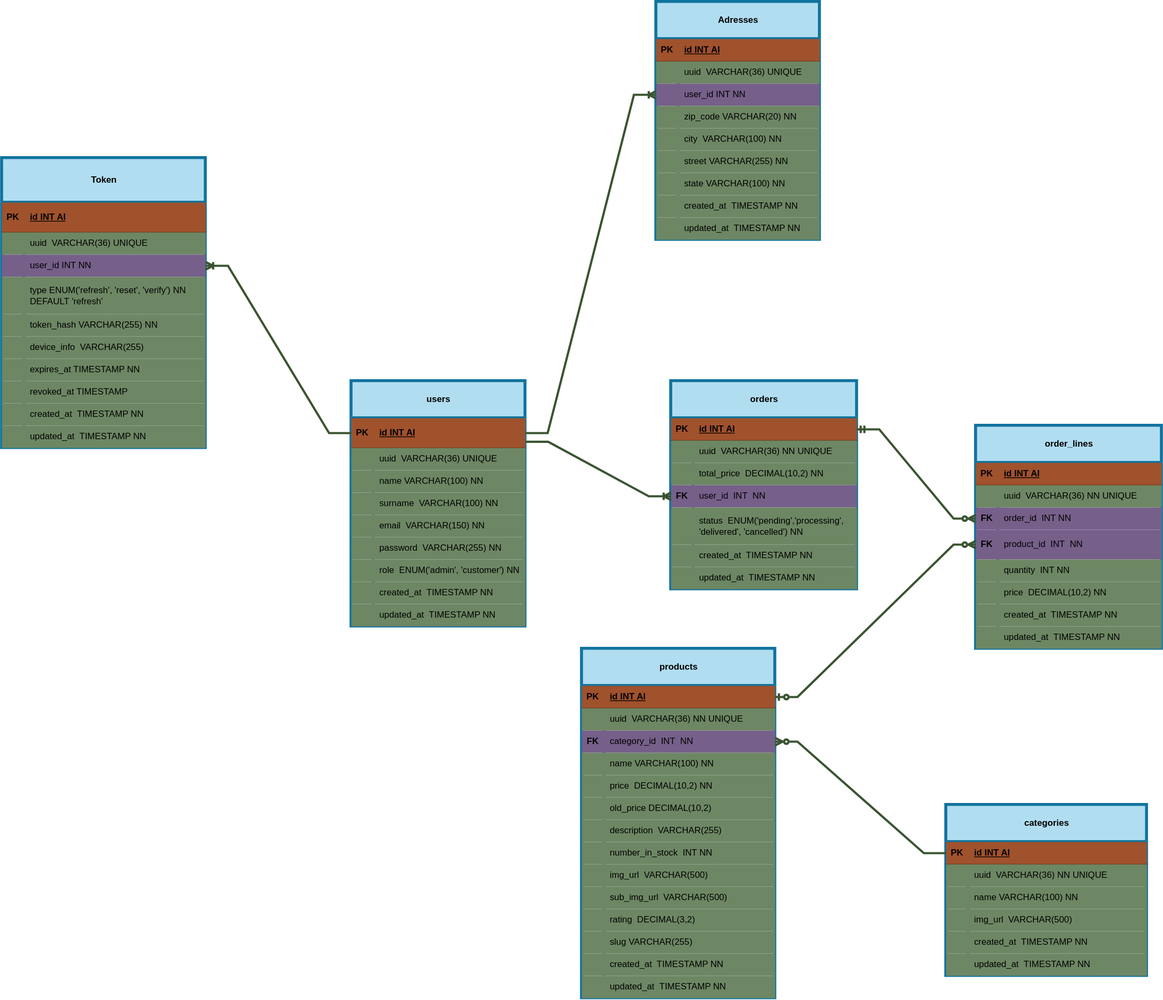
This is docs/Fashion Store-Database Schema V1.0.drawio.svg from Wahab-Al/Fashion-API, a draw.io export, as it was before one commit. Source tidied: cells renumbered, new cells last; positions are measured from the earlier drawing's top-left corner, leaving out a move shared by most shapes.
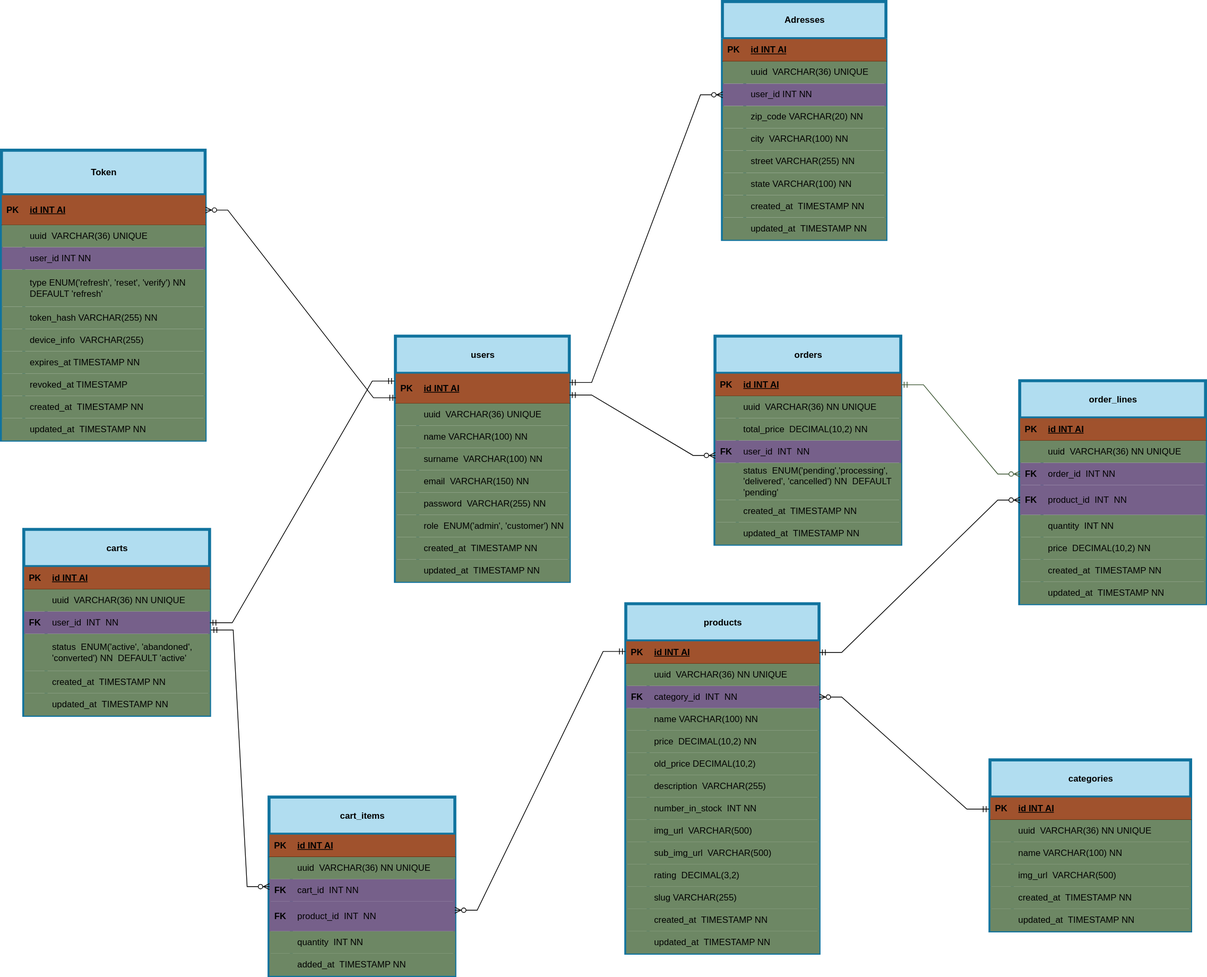
Above is the later version.

Change to the diagram source:
```diff
@@ -317,7 +317,7 @@
     <mxCell id="106" style="shape=partialRectangle;fillColor=none;top=0;left=0;bottom=0;right=0;overflow=hidden;whiteSpace=wrap;html=1;" parent="105" vertex="1">
       <mxGeometry width="30" height="50" as="geometry" />
     </mxCell>
-    <mxCell id="107" value="status&amp;nbsp; ENUM('pending','processing', 'delivered', 'cancelled') NN" style="shape=partialRectangle;fillColor=none;top=0;left=0;bottom=0;right=0;align=left;spacingLeft=6;overflow=hidden;whiteSpace=wrap;html=1;" parent="105" vertex="1">
+    <mxCell id="107" value="status&amp;nbsp; ENUM('pending','processing', 'delivered', 'cancelled') NN&amp;nbsp; DEFAULT 'pending'" style="shape=partialRectangle;fillColor=none;top=0;left=0;bottom=0;right=0;align=left;spacingLeft=6;overflow=hidden;whiteSpace=wrap;html=1;" parent="105" vertex="1">
       <mxGeometry x="30" width="220" height="50" as="geometry" />
     </mxCell>
     <mxCell id="108" style="shape=tableRow;horizontal=0;startSize=0;swimlaneHead=0;swimlaneBody=0;fillColor=#6d8764;top=0;left=0;right=0;bottom=0;fontColor=#ffffff;strokeColor=#3A5431;" parent="92" vertex="1">
@@ -413,11 +413,11 @@
     <mxCell id="138" value="updated_at&amp;nbsp;&amp;nbsp;TIMESTAMP NN" style="shape=partialRectangle;fillColor=none;top=0;left=0;bottom=0;right=0;align=left;spacingLeft=6;overflow=hidden;whiteSpace=wrap;html=1;" parent="136" vertex="1">
       <mxGeometry x="30" width="220" height="30" as="geometry" />
     </mxCell>
-    <mxCell id="139" style="edgeStyle=entityRelationEdgeStyle;fontSize=12;html=1;endArrow=ERzeroToMany;startArrow=ERmandOne;rounded=0;exitX=1;exitY=0.5;exitDx=0;exitDy=0;entryX=0;entryY=0.5;entryDx=0;entryDy=0;fillColor=#6d8764;strokeColor=#3A5431;strokeWidth=3;" parent="1" edge="1" source="93" target="121">
+    <mxCell id="139" style="edgeStyle=entityRelationEdgeStyle;fontSize=12;html=1;endArrow=ERzeroToMany;startArrow=ERmandOne;rounded=0;exitX=1;exitY=0.5;exitDx=0;exitDy=0;entryX=0;entryY=0.5;entryDx=0;entryDy=0;fillColor=#6d8764;strokeColor=light-dark(#3A5431, #ffffff);strokeWidth=1;" parent="1" edge="1" source="93" target="121">
       <mxGeometry relative="1" as="geometry" />
     </mxCell>
     <mxCell id="140" value="Adresses" style="shape=table;startSize=50;rowLines=0;fontStyle=1;align=center;html=1;fillColor=#b1ddf0;strokeColor=#10739e;strokeWidth=4;" parent="1" vertex="1">
-      <mxGeometry x="880" width="220" height="320" as="geometry" />
+      <mxGeometry x="910" y="60" width="220" height="320" as="geometry" />
     </mxCell>
     <mxCell id="141" style="shape=tableRow;horizontal=0;startSize=0;swimlaneHead=0;swimlaneBody=0;fillColor=#a0522d;top=0;left=0;right=0;bottom=1;fontColor=#ffffff;strokeColor=#6D1F00;" parent="140" vertex="1">
       <mxGeometry y="50" width="220" height="30" as="geometry" />
@@ -500,20 +500,8 @@
     <mxCell id="167" value="updated_at&amp;nbsp;&amp;nbsp;TIMESTAMP NN" style="shape=partialRectangle;fillColor=none;top=0;left=0;bottom=0;right=0;align=left;spacingLeft=6;overflow=hidden;whiteSpace=wrap;html=1;" parent="165" vertex="1">
       <mxGeometry x="30" width="190" height="30" as="geometry" />
     </mxCell>
-    <mxCell id="168" style="edgeStyle=entityRelationEdgeStyle;fontSize=12;html=1;endArrow=ERoneToMany;rounded=0;exitX=1;exitY=0.5;exitDx=0;exitDy=0;entryX=0;entryY=0.5;entryDx=0;entryDy=0;fillColor=#6d8764;strokeColor=#3A5431;strokeWidth=3;" parent="1" edge="1" source="3" target="147">
-      <mxGeometry relative="1" as="geometry" />
-    </mxCell>
-    <mxCell id="169" style="edgeStyle=entityRelationEdgeStyle;fontSize=12;html=1;endArrow=ERoneToMany;rounded=0;exitX=1.003;exitY=0.791;exitDx=0;exitDy=0;entryX=0;entryY=0.5;entryDx=0;entryDy=0;exitPerimeter=0;fillColor=#6d8764;strokeColor=#3A5431;strokeWidth=3;" parent="1" edge="1" source="3" target="102">
-      <mxGeometry relative="1" as="geometry" />
-    </mxCell>
-    <mxCell id="170" style="edgeStyle=entityRelationEdgeStyle;fontSize=12;html=1;endArrow=ERzeroToMany;endFill=1;rounded=0;entryX=1;entryY=0.5;entryDx=0;entryDy=0;exitX=0;exitY=0.5;exitDx=0;exitDy=0;fillColor=#6d8764;strokeColor=#3A5431;strokeWidth=3;" parent="1" edge="1" source="74" target="37">
-      <mxGeometry relative="1" as="geometry" />
-    </mxCell>
-    <mxCell id="171" style="edgeStyle=entityRelationEdgeStyle;fontSize=12;html=1;endArrow=ERzeroToMany;startArrow=ERzeroToOne;rounded=0;entryX=0;entryY=0.5;entryDx=0;entryDy=0;exitX=1;exitY=0.5;exitDx=0;exitDy=0;fillColor=#6d8764;strokeColor=#3A5431;strokeWidth=3;" parent="1" edge="1" source="31" target="124">
-      <mxGeometry relative="1" as="geometry" />
-    </mxCell>
     <mxCell id="172" value="Token" style="shape=table;startSize=60;rowLines=0;fontStyle=1;align=center;html=1;fillColor=#b1ddf0;strokeColor=#10739e;strokeWidth=4;" parent="1" vertex="1">
-      <mxGeometry y="210" width="274" height="390" as="geometry" />
+      <mxGeometry x="-60" y="260" width="274" height="390" as="geometry" />
     </mxCell>
     <mxCell id="173" style="shape=tableRow;horizontal=0;startSize=0;swimlaneHead=0;swimlaneBody=0;fillColor=#a0522d;points=[[0,0.5],[1,0.5]];portConstraint=eastwest;top=0;left=0;right=0;bottom=1;fontColor=#ffffff;strokeColor=#6D1F00;" parent="172" vertex="1">
       <mxGeometry y="60" width="274" height="40" as="geometry" />
@@ -605,8 +593,145 @@
     <mxCell id="202" value="updated_at&amp;nbsp;&amp;nbsp;TIMESTAMP NN" style="shape=partialRectangle;fillColor=none;top=0;left=0;bottom=0;right=0;align=left;spacingLeft=6;overflow=hidden;whiteSpace=wrap;html=1;" parent="200" vertex="1">
       <mxGeometry x="30" width="244" height="30" as="geometry" />
     </mxCell>
-    <mxCell id="203" style="edgeStyle=entityRelationEdgeStyle;fontSize=12;html=1;endArrow=ERoneToMany;rounded=0;entryX=1;entryY=0.5;entryDx=0;entryDy=0;fillColor=#6d8764;strokeColor=#3A5431;strokeWidth=3;" parent="1" edge="1" source="3" target="179">
-      <mxGeometry relative="1" as="geometry" />
-    </mxCell>
+    <mxCell id="204" value="cart_items" style="shape=table;startSize=50;rowLines=0;fontStyle=1;align=center;html=1;fillColor=#b1ddf0;strokeColor=#10739e;strokeWidth=4;" parent="1" vertex="1">
+      <mxGeometry x="300" y="1130" width="250" height="240" as="geometry" />
+    </mxCell>
+    <mxCell id="205" style="shape=tableRow;horizontal=0;startSize=0;swimlaneHead=0;swimlaneBody=0;fillColor=#a0522d;top=0;left=0;right=0;bottom=1;strokeColor=#6D1F00;fontColor=#ffffff;" parent="204" vertex="1">
+      <mxGeometry y="50" width="250" height="30" as="geometry" />
+    </mxCell>
+    <mxCell id="206" value="PK" style="shape=partialRectangle;fillColor=none;top=0;left=0;bottom=0;right=0;fontStyle=1;overflow=hidden;whiteSpace=wrap;html=1;" parent="205" vertex="1">
+      <mxGeometry width="30" height="30" as="geometry" />
+    </mxCell>
+    <mxCell id="207" value="id INT AI" style="shape=partialRectangle;fillColor=none;top=0;left=0;bottom=0;right=0;align=left;spacingLeft=6;fontStyle=5;overflow=hidden;whiteSpace=wrap;html=1;" parent="205" vertex="1">
+      <mxGeometry x="30" width="220" height="30" as="geometry" />
+    </mxCell>
+    <mxCell id="208" style="shape=tableRow;horizontal=0;startSize=0;swimlaneHead=0;swimlaneBody=0;fillColor=#6d8764;top=0;left=0;right=0;bottom=0;fontColor=#ffffff;strokeColor=#3A5431;" parent="204" vertex="1">
+      <mxGeometry y="80" width="250" height="30" as="geometry" />
+    </mxCell>
+    <mxCell id="209" style="shape=partialRectangle;fillColor=none;top=0;left=0;bottom=0;right=0;overflow=hidden;whiteSpace=wrap;html=1;" parent="208" vertex="1">
+      <mxGeometry width="30" height="30" as="geometry" />
+    </mxCell>
+    <mxCell id="210" value="uuid&amp;nbsp; VARCHAR(36) NN&amp;nbsp;UNIQUE" style="shape=partialRectangle;fillColor=none;top=0;left=0;bottom=0;right=0;align=left;spacingLeft=6;overflow=hidden;whiteSpace=wrap;html=1;" parent="208" vertex="1">
+      <mxGeometry x="30" width="220" height="30" as="geometry" />
+    </mxCell>
+    <mxCell id="211" style="shape=tableRow;horizontal=0;startSize=0;swimlaneHead=0;swimlaneBody=0;fillColor=#76608a;points=[[0,0.5],[1,0.5]];portConstraint=eastwest;top=0;left=0;right=0;bottom=0;fontColor=#ffffff;strokeColor=#432D57;" parent="204" vertex="1">
+      <mxGeometry y="110" width="250" height="30" as="geometry" />
+    </mxCell>
+    <mxCell id="212" value="&lt;b&gt;FK&lt;/b&gt;" style="shape=partialRectangle;fillColor=none;top=0;left=0;bottom=0;right=0;overflow=hidden;whiteSpace=wrap;html=1;" parent="211" vertex="1">
+      <mxGeometry width="30" height="30" as="geometry" />
+    </mxCell>
+    <mxCell id="213" value="cart_id&amp;nbsp; INT NN" style="shape=partialRectangle;fillColor=none;top=0;left=0;bottom=0;right=0;align=left;spacingLeft=6;overflow=hidden;whiteSpace=wrap;html=1;" parent="211" vertex="1">
+      <mxGeometry x="30" width="220" height="30" as="geometry" />
+    </mxCell>
+    <mxCell id="214" style="shape=tableRow;horizontal=0;startSize=0;swimlaneHead=0;swimlaneBody=0;fillColor=#76608a;points=[[0,0.5],[1,0.5]];portConstraint=eastwest;top=0;left=0;right=0;bottom=0;fontColor=#ffffff;strokeColor=#432D57;" parent="204" vertex="1">
+      <mxGeometry y="140" width="250" height="40" as="geometry" />
+    </mxCell>
+    <mxCell id="215" value="&lt;b&gt;FK&lt;/b&gt;" style="shape=partialRectangle;fillColor=none;top=0;left=0;bottom=0;right=0;overflow=hidden;whiteSpace=wrap;html=1;" parent="214" vertex="1">
+      <mxGeometry width="30" height="40" as="geometry" />
+    </mxCell>
+    <mxCell id="216" value="product_id&amp;nbsp; INT&amp;nbsp; NN" style="shape=partialRectangle;fillColor=none;top=0;left=0;bottom=0;right=0;align=left;spacingLeft=6;overflow=hidden;whiteSpace=wrap;html=1;" parent="214" vertex="1">
+      <mxGeometry x="30" width="220" height="40" as="geometry" />
+    </mxCell>
+    <mxCell id="217" style="shape=tableRow;horizontal=0;startSize=0;swimlaneHead=0;swimlaneBody=0;fillColor=#6d8764;top=0;left=0;right=0;bottom=0;fontColor=#ffffff;strokeColor=#3A5431;" parent="204" vertex="1">
+      <mxGeometry y="180" width="250" height="30" as="geometry" />
+    </mxCell>
+    <mxCell id="218" style="shape=partialRectangle;fillColor=none;top=0;left=0;bottom=0;right=0;overflow=hidden;whiteSpace=wrap;html=1;" parent="217" vertex="1">
+      <mxGeometry width="30" height="30" as="geometry" />
+    </mxCell>
+    <mxCell id="219" value="quantity&amp;nbsp; INT NN" style="shape=partialRectangle;fillColor=none;top=0;left=0;bottom=0;right=0;align=left;spacingLeft=6;overflow=hidden;whiteSpace=wrap;html=1;" parent="217" vertex="1">
+      <mxGeometry x="30" width="220" height="30" as="geometry" />
+    </mxCell>
+    <mxCell id="220" style="shape=tableRow;horizontal=0;startSize=0;swimlaneHead=0;swimlaneBody=0;fillColor=#6d8764;top=0;left=0;right=0;bottom=0;fontColor=#ffffff;strokeColor=#3A5431;" parent="204" vertex="1">
+      <mxGeometry y="210" width="250" height="30" as="geometry" />
+    </mxCell>
+    <mxCell id="221" style="shape=partialRectangle;fillColor=none;top=0;left=0;bottom=0;right=0;overflow=hidden;whiteSpace=wrap;html=1;" parent="220" vertex="1">
+      <mxGeometry width="30" height="30" as="geometry" />
+    </mxCell>
+    <mxCell id="222" value="added_at&amp;nbsp; TIMESTAMP NN" style="shape=partialRectangle;fillColor=none;top=0;left=0;bottom=0;right=0;align=left;spacingLeft=6;overflow=hidden;whiteSpace=wrap;html=1;" parent="220" vertex="1">
+      <mxGeometry x="30" width="220" height="30" as="geometry" />
+    </mxCell>
+    <mxCell id="223" value="carts" style="shape=table;startSize=50;rowLines=0;fontStyle=1;align=center;html=1;fillColor=#b1ddf0;strokeColor=#10739e;strokeWidth=4;" parent="1" vertex="1">
+      <mxGeometry x="-30" y="770" width="250" height="250" as="geometry" />
+    </mxCell>
+    <mxCell id="224" style="shape=tableRow;horizontal=0;startSize=0;swimlaneHead=0;swimlaneBody=0;fillColor=#a0522d;top=0;left=0;right=0;bottom=1;fontColor=#ffffff;strokeColor=#6D1F00;" parent="223" vertex="1">
+      <mxGeometry y="50" width="250" height="30" as="geometry" />
+    </mxCell>
+    <mxCell id="225" value="PK" style="shape=partialRectangle;fillColor=none;top=0;left=0;bottom=0;right=0;fontStyle=1;overflow=hidden;whiteSpace=wrap;html=1;" parent="224" vertex="1">
+      <mxGeometry width="30" height="30" as="geometry" />
+    </mxCell>
+    <mxCell id="226" value="id INT AI" style="shape=partialRectangle;fillColor=none;top=0;left=0;bottom=0;right=0;align=left;spacingLeft=6;fontStyle=5;overflow=hidden;whiteSpace=wrap;html=1;" parent="224" vertex="1">
+      <mxGeometry x="30" width="220" height="30" as="geometry" />
+    </mxCell>
+    <mxCell id="227" style="shape=tableRow;horizontal=0;startSize=0;swimlaneHead=0;swimlaneBody=0;fillColor=#6d8764;top=0;left=0;right=0;bottom=0;fontColor=#ffffff;strokeColor=#3A5431;" parent="223" vertex="1">
+      <mxGeometry y="80" width="250" height="30" as="geometry" />
+    </mxCell>
+    <mxCell id="228" style="shape=partialRectangle;fillColor=none;top=0;left=0;bottom=0;right=0;overflow=hidden;whiteSpace=wrap;html=1;" parent="227" vertex="1">
+      <mxGeometry width="30" height="30" as="geometry" />
+    </mxCell>
+    <mxCell id="229" value="uuid&amp;nbsp; VARCHAR(36) NN&amp;nbsp;UNIQUE" style="shape=partialRectangle;fillColor=none;top=0;left=0;bottom=0;right=0;align=left;spacingLeft=6;overflow=hidden;whiteSpace=wrap;html=1;" parent="227" vertex="1">
+      <mxGeometry x="30" width="220" height="30" as="geometry" />
+    </mxCell>
+    <mxCell id="230" style="shape=tableRow;horizontal=0;startSize=0;swimlaneHead=0;swimlaneBody=0;fillColor=#76608a;points=[[0,0.5],[1,0.5]];portConstraint=eastwest;top=0;left=0;right=0;bottom=0;fontColor=#ffffff;strokeColor=#432D57;" parent="223" vertex="1">
+      <mxGeometry y="110" width="250" height="30" as="geometry" />
+    </mxCell>
+    <mxCell id="231" value="&lt;b&gt;FK&lt;/b&gt;" style="shape=partialRectangle;fillColor=none;top=0;left=0;bottom=0;right=0;overflow=hidden;whiteSpace=wrap;html=1;" parent="230" vertex="1">
+      <mxGeometry width="30" height="30" as="geometry" />
+    </mxCell>
+    <mxCell id="232" value="user_id&amp;nbsp; INT&amp;nbsp; NN" style="shape=partialRectangle;fillColor=none;top=0;left=0;bottom=0;right=0;align=left;spacingLeft=6;overflow=hidden;whiteSpace=wrap;html=1;" parent="230" vertex="1">
+      <mxGeometry x="30" width="220" height="30" as="geometry" />
+    </mxCell>
+    <mxCell id="233" style="shape=tableRow;horizontal=0;startSize=0;swimlaneHead=0;swimlaneBody=0;fillColor=#6d8764;top=0;left=0;right=0;bottom=0;fontColor=#ffffff;strokeColor=#3A5431;" parent="223" vertex="1">
+      <mxGeometry y="140" width="250" height="50" as="geometry" />
+    </mxCell>
+    <mxCell id="234" style="shape=partialRectangle;fillColor=none;top=0;left=0;bottom=0;right=0;overflow=hidden;whiteSpace=wrap;html=1;" parent="233" vertex="1">
+      <mxGeometry width="30" height="50" as="geometry" />
+    </mxCell>
+    <mxCell id="235" value="status&amp;nbsp; ENUM('active', 'abandoned', 'converted') NN&amp;nbsp; DEFAULT 'active'" style="shape=partialRectangle;fillColor=none;top=0;left=0;bottom=0;right=0;align=left;spacingLeft=6;overflow=hidden;whiteSpace=wrap;html=1;" parent="233" vertex="1">
+      <mxGeometry x="30" width="220" height="50" as="geometry" />
+    </mxCell>
+    <mxCell id="236" style="shape=tableRow;horizontal=0;startSize=0;swimlaneHead=0;swimlaneBody=0;fillColor=#6d8764;top=0;left=0;right=0;bottom=0;fontColor=#ffffff;strokeColor=#3A5431;" parent="223" vertex="1">
+      <mxGeometry y="190" width="250" height="30" as="geometry" />
+    </mxCell>
+    <mxCell id="237" style="shape=partialRectangle;fillColor=none;top=0;left=0;bottom=0;right=0;overflow=hidden;whiteSpace=wrap;html=1;" parent="236" vertex="1">
+      <mxGeometry width="30" height="30" as="geometry" />
+    </mxCell>
+    <mxCell id="238" value="created_at&amp;nbsp; TIMESTAMP NN" style="shape=partialRectangle;fillColor=none;top=0;left=0;bottom=0;right=0;align=left;spacingLeft=6;overflow=hidden;whiteSpace=wrap;html=1;" parent="236" vertex="1">
+      <mxGeometry x="30" width="220" height="30" as="geometry" />
+    </mxCell>
+    <mxCell id="239" style="shape=tableRow;horizontal=0;startSize=0;swimlaneHead=0;swimlaneBody=0;fillColor=#6d8764;top=0;left=0;right=0;bottom=0;fontColor=#ffffff;strokeColor=#3A5431;" parent="223" vertex="1">
+      <mxGeometry y="220" width="250" height="30" as="geometry" />
+    </mxCell>
+    <mxCell id="240" style="shape=partialRectangle;fillColor=none;top=0;left=0;bottom=0;right=0;overflow=hidden;whiteSpace=wrap;html=1;" parent="239" vertex="1">
+      <mxGeometry width="30" height="30" as="geometry" />
+    </mxCell>
+    <mxCell id="241" value="updated_at&amp;nbsp;&amp;nbsp;TIMESTAMP NN" style="shape=partialRectangle;fillColor=none;top=0;left=0;bottom=0;right=0;align=left;spacingLeft=6;overflow=hidden;whiteSpace=wrap;html=1;" parent="239" vertex="1">
+      <mxGeometry x="30" width="220" height="30" as="geometry" />
+    </mxCell>
+    <mxCell id="242" style="edgeStyle=entityRelationEdgeStyle;fontSize=12;html=1;endArrow=ERmandOne;startArrow=ERmandOne;rounded=0;entryX=-0.007;entryY=0.25;entryDx=0;entryDy=0;exitX=1;exitY=0.5;exitDx=0;exitDy=0;entryPerimeter=0;" parent="1" edge="1" source="223" target="3">
+      <mxGeometry relative="1" as="geometry" />
+    </mxCell>
+    <mxCell id="171" style="edgeStyle=entityRelationEdgeStyle;fontSize=12;html=1;endArrow=ERzeroToMany;startArrow=ERmandOne;rounded=0;entryX=0;entryY=0.5;entryDx=0;entryDy=0;exitX=1;exitY=0.5;exitDx=0;exitDy=0;" parent="1" edge="1" source="31" target="124">
+      <mxGeometry relative="1" as="geometry" />
+    </mxCell>
+    <mxCell id="243" style="edgeStyle=entityRelationEdgeStyle;fontSize=12;html=1;endArrow=ERzeroToMany;startArrow=ERmandOne;rounded=0;exitX=0.998;exitY=0.72;exitDx=0;exitDy=0;exitPerimeter=0;" parent="1" edge="1" source="3">
+      <mxGeometry relative="1" as="geometry">
+        <mxPoint x="900" y="670" as="targetPoint" />
+      </mxGeometry>
+    </mxCell>
+    <mxCell id="168" style="edgeStyle=entityRelationEdgeStyle;fontSize=12;html=1;endArrow=ERzeroToMany;startArrow=ERmandOne;rounded=0;entryX=0;entryY=0.5;entryDx=0;entryDy=0;exitX=0.998;exitY=0.299;exitDx=0;exitDy=0;exitPerimeter=0;" parent="1" edge="1" source="3" target="147">
+      <mxGeometry relative="1" as="geometry" />
+    </mxCell>
+    <mxCell id="244" style="edgeStyle=entityRelationEdgeStyle;fontSize=12;html=1;endArrow=ERzeroToMany;startArrow=ERmandOne;rounded=0;exitX=0;exitY=0.25;exitDx=0;exitDy=0;" parent="1" edge="1" source="2" target="173">
+      <mxGeometry relative="1" as="geometry" />
+    </mxCell>
+    <mxCell id="170" style="edgeStyle=entityRelationEdgeStyle;fontSize=12;html=1;endArrow=ERzeroToMany;startArrow=ERmandOne;rounded=0;exitX=-0.006;exitY=0.524;exitDx=0;exitDy=0;entryX=1;entryY=0.5;entryDx=0;entryDy=0;exitPerimeter=0;" parent="1" edge="1" source="74" target="37">
+      <mxGeometry relative="1" as="geometry" />
+    </mxCell>
+    <mxCell id="245" style="edgeStyle=entityRelationEdgeStyle;fontSize=12;html=1;endArrow=ERzeroToMany;startArrow=ERmandOne;rounded=0;exitX=1.005;exitY=0.828;exitDx=0;exitDy=0;exitPerimeter=0;entryX=0;entryY=0.333;entryDx=0;entryDy=0;entryPerimeter=0;" parent="1" edge="1" source="230" target="211">
+      <mxGeometry relative="1" as="geometry" />
+    </mxCell>
+    <mxCell id="246" style="edgeStyle=entityRelationEdgeStyle;fontSize=12;html=1;endArrow=ERzeroToMany;startArrow=ERmandOne;rounded=0;exitX=-0.004;exitY=0.455;exitDx=0;exitDy=0;entryX=0.998;entryY=0.293;entryDx=0;entryDy=0;entryPerimeter=0;exitPerimeter=0;" parent="1" edge="1" source="31" target="214">
+      <mxGeometry relative="1" as="geometry" />
+    </mxCell>
   </root>
 </mxGraphModel>
```
